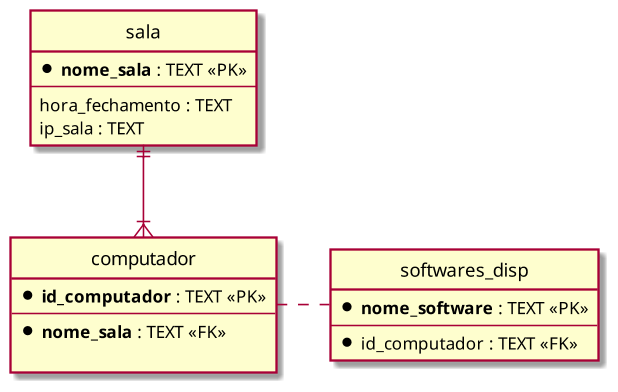
Before: imgs/diagramo_rel.png, a diagram exported from PlantUML (sociedade-do-pastel/softeiros).
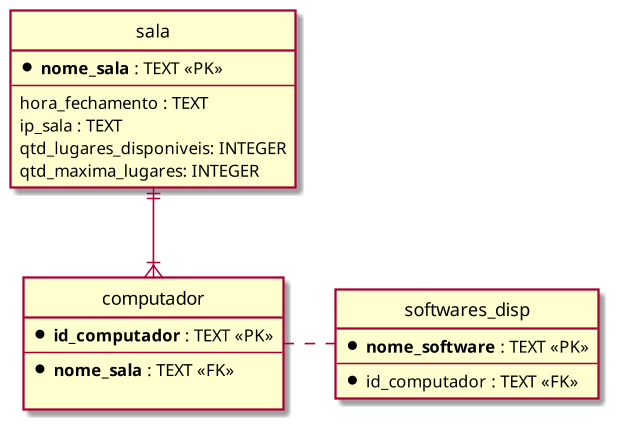
Later version of the same file.

What changed in the source:
```diff
@@ -6,6 +6,8 @@
 	--
 	hora_fechamento : TEXT
 	ip_sala : TEXT
+	qtd_lugares_disponiveis: INTEGER
+	qtd_maxima_lugares: INTEGER
 }
 
 entity computador {
```
